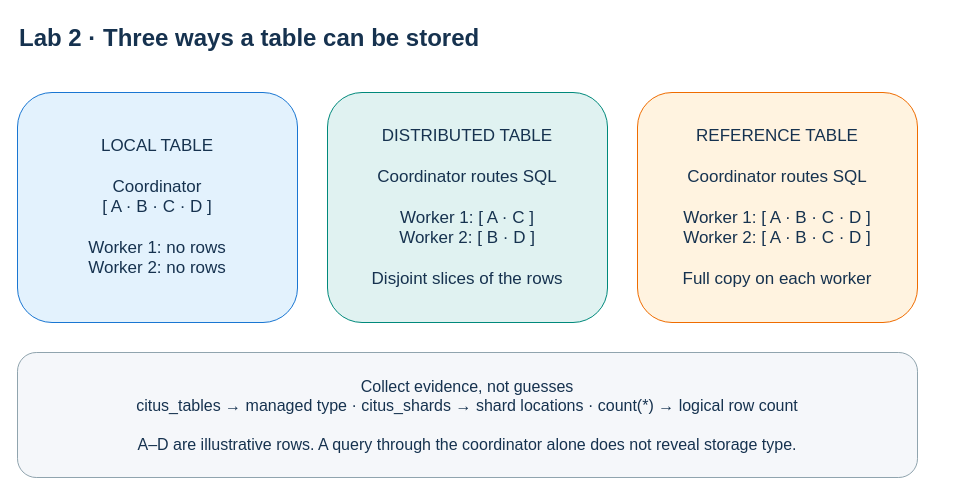
Before: docs/diagrams/lab-table-storage.drawio in nitinkc/db-sharding, a draw.io diagram. Source tidied: cells renumbered, new cells numbered last; positions are measured from the earlier drawing's top-left corner, leaving out a move shared by most shapes. Both pictures are drawn from the tidied source at 100%, with x=0, y=0 at pixel (17, 17).
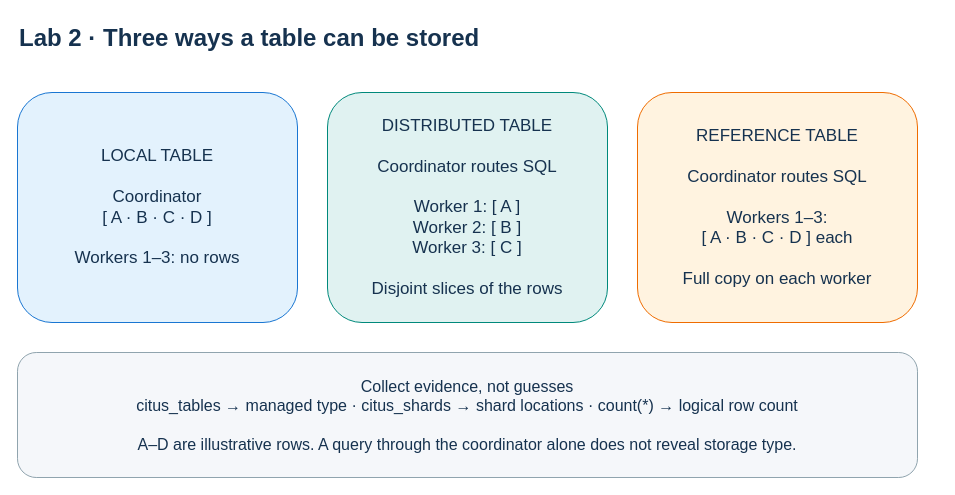
The same page after the edit.

What changed in the source:
```diff
@@
 <mxGraphModel background="#ffffff">
   <root>
     <mxCell id="0" />
     <mxCell id="1" parent="0" />
     <mxCell id="2" value="Lab 2 · Three ways a table can be stored" style="text;html=1;fontSize=24;fontStyle=1;fontColor=#16324f;" parent="1" vertex="1">
       <mxGeometry width="920" height="45" as="geometry" />
     </mxCell>
-    <mxCell id="3" value="LOCAL TABLE&lt;br&gt;&lt;br&gt;Coordinator&lt;br&gt;[ A · B · C · D ]&lt;br&gt;&lt;br&gt;Worker 1: no rows&lt;br&gt;Worker 2: no rows" style="rounded=1;whiteSpace=wrap;html=1;fillColor=#e3f2fd;strokeColor=#1976d2;fontColor=#16324f;fontSize=17;spacing=16;" parent="1" vertex="1">
+    <mxCell id="3" value="LOCAL TABLE&lt;br&gt;&lt;br&gt;Coordinator&lt;br&gt;[ A · B · C · D ]&lt;br&gt;&lt;br&gt;Workers 1–3: no rows" style="rounded=1;whiteSpace=wrap;html=1;fillColor=#e3f2fd;strokeColor=#1976d2;fontColor=#16324f;fontSize=17;spacing=16;" parent="1" vertex="1">
       <mxGeometry y="75" width="280" height="230" as="geometry" />
     </mxCell>
-    <mxCell id="4" value="DISTRIBUTED TABLE&lt;br&gt;&lt;br&gt;Coordinator routes SQL&lt;br&gt;&lt;br&gt;Worker 1: [ A · C ]&lt;br&gt;Worker 2: [ B · D ]&lt;br&gt;&lt;br&gt;Disjoint slices of the rows" style="rounded=1;whiteSpace=wrap;html=1;fillColor=#e0f2f1;strokeColor=#00897b;fontColor=#16324f;fontSize=17;spacing=16;" parent="1" vertex="1">
+    <mxCell id="4" value="DISTRIBUTED TABLE&lt;br&gt;&lt;br&gt;Coordinator routes SQL&lt;br&gt;&lt;br&gt;Worker 1: [ A ]&lt;br&gt;Worker 2: [ B ]&lt;br&gt;Worker 3: [ C ]&lt;br&gt;&lt;br&gt;Disjoint slices of the rows" style="rounded=1;whiteSpace=wrap;html=1;fillColor=#e0f2f1;strokeColor=#00897b;fontColor=#16324f;fontSize=17;spacing=16;" parent="1" vertex="1">
       <mxGeometry x="310" y="75" width="280" height="230" as="geometry" />
     </mxCell>
-    <mxCell id="5" value="REFERENCE TABLE&lt;br&gt;&lt;br&gt;Coordinator routes SQL&lt;br&gt;&lt;br&gt;Worker 1: [ A · B · C · D ]&lt;br&gt;Worker 2: [ A · B · C · D ]&lt;br&gt;&lt;br&gt;Full copy on each worker" style="rounded=1;whiteSpace=wrap;html=1;fillColor=#fff3e0;strokeColor=#ef6c00;fontColor=#16324f;fontSize=17;spacing=16;" parent="1" vertex="1">
+    <mxCell id="5" value="REFERENCE TABLE&lt;br&gt;&lt;br&gt;Coordinator routes SQL&lt;br&gt;&lt;br&gt;Workers 1–3:&#10;[ A · B · C · D ] each&lt;br&gt;&lt;br&gt;Full copy on each worker" style="rounded=1;whiteSpace=wrap;html=1;fillColor=#fff3e0;strokeColor=#ef6c00;fontColor=#16324f;fontSize=17;spacing=16;" parent="1" vertex="1">
       <mxGeometry x="620" y="75" width="280" height="230" as="geometry" />
     </mxCell>
     <mxCell id="6" value="Collect evidence, not guesses&lt;br&gt;citus_tables → managed type · citus_shards → shard locations · count(*) → logical row count&lt;br&gt;&lt;br&gt;A–D are illustrative rows. A query through the coordinator alone does not reveal storage type." style="rounded=1;whiteSpace=wrap;html=1;fillColor=#f5f7fa;strokeColor=#90a4ae;fontColor=#16324f;fontSize=16;spacing=16;" parent="1" vertex="1">
       <mxGeometry y="335" width="900" height="125" as="geometry" />
     </mxCell>
   </root>
 </mxGraphModel>
```
